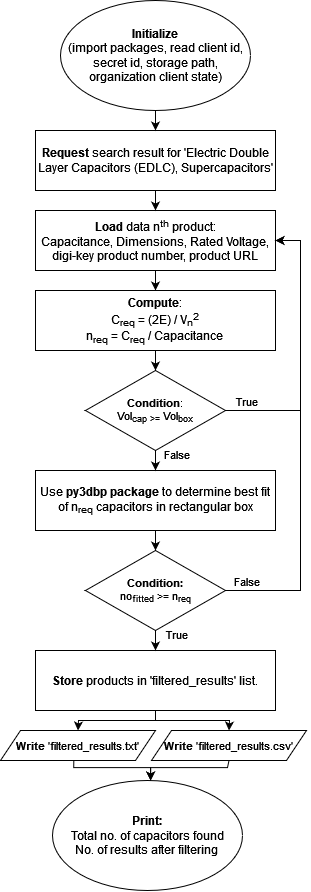
casruks/Batterydesign-repo keeps this draw.io diagram as FlowDiagramAPI.png. Above is the earlier version. Source tidied: cells renumbered, new cells last; positions are measured from the earlier drawing's top-left corner, leaving out a move shared by most shapes.
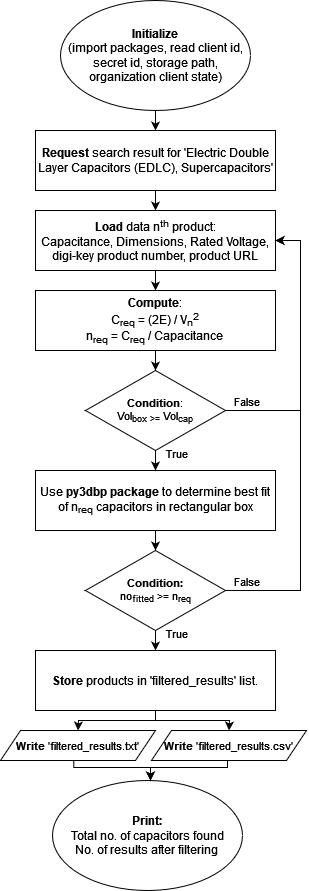
After the change.

Diff of the diagram source:
```diff
@@ -47,7 +47,7 @@
     <mxCell id="14" style="endArrow=classic;html=1;rounded=0;exitX=0.5;exitY=1;exitDx=0;exitDy=0;entryX=0.5;entryY=0;entryDx=0;entryDy=0;" parent="1" edge="1" source="13" target="20">
       <mxGeometry relative="1" as="geometry" />
     </mxCell>
-    <mxCell id="15" value="&lt;div&gt;&lt;b&gt;Condition&lt;/b&gt;:&lt;/div&gt;Vol&lt;sub&gt;cap &amp;gt;= &lt;/sub&gt;Vol&lt;sub&gt;box&lt;/sub&gt;" style="rhombus;whiteSpace=wrap;html=1;labelBackgroundColor=none;fontSize=11;flipH=0;" parent="1" vertex="1">
+    <mxCell id="15" value="&lt;div&gt;&lt;b&gt;Condition&lt;/b&gt;:&lt;/div&gt;Vol&lt;sub&gt;box &amp;gt;= &lt;/sub&gt;Vol&lt;sub&gt;cap&lt;/sub&gt;" style="rhombus;whiteSpace=wrap;html=1;labelBackgroundColor=none;fontSize=11;flipH=0;" parent="1" vertex="1">
       <mxGeometry x="85" y="370" width="140" height="80" as="geometry" />
     </mxCell>
     <mxCell id="16" style="endArrow=classic;html=1;rounded=0;fontSize=11;exitX=1;exitY=0.5;exitDx=0;exitDy=0;entryX=1;entryY=0.5;entryDx=0;entryDy=0;" parent="1" edge="1" source="15" target="9">
@@ -58,7 +58,7 @@
         </Array>
       </mxGeometry>
     </mxCell>
-    <mxCell id="17" value="True" style="edgeLabel;html=1;align=center;verticalAlign=middle;fontSize=11;" parent="16" vertex="1">
+    <mxCell id="17" value="False" style="edgeLabel;html=1;align=center;verticalAlign=middle;fontSize=11;" parent="16" vertex="1">
       <mxGeometry x="0.23" relative="1" as="geometry">
         <mxPoint x="-55" y="82" as="offset" />
       </mxGeometry>
@@ -66,7 +66,7 @@
     <mxCell id="18" style="endArrow=classic;html=1;rounded=0;fontSize=11;exitX=0.5;exitY=1;exitDx=0;exitDy=0;" parent="1" edge="1" source="15" target="13">
       <mxGeometry relative="1" as="geometry" />
     </mxCell>
-    <mxCell id="19" value="False" style="edgeLabel;html=1;align=center;verticalAlign=middle;fontSize=11;" parent="18" vertex="1">
+    <mxCell id="19" value="True" style="edgeLabel;html=1;align=center;verticalAlign=middle;fontSize=11;" parent="18" vertex="1">
       <mxGeometry x="0.23" relative="1" as="geometry">
         <mxPoint x="20" y="-10" as="offset" />
       </mxGeometry>
```
